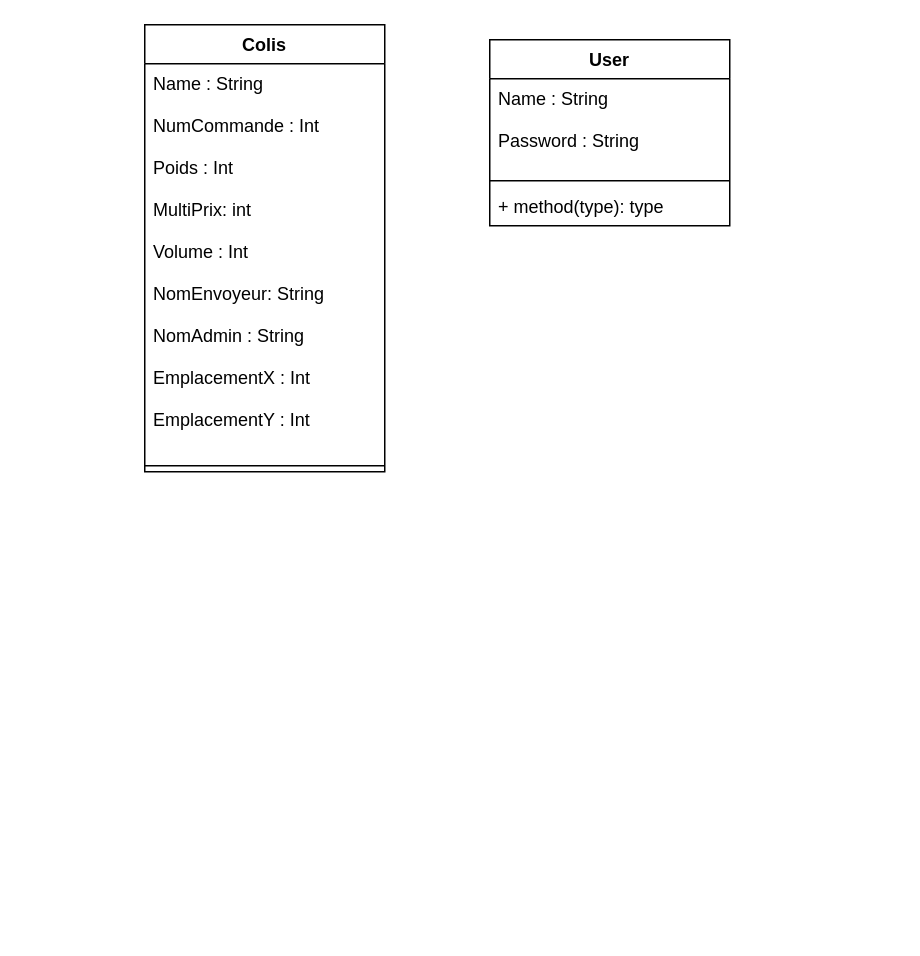
The draw.io diagram Untitled Diagram.drawio.xml in Gyom03/Hackathon, before the edit. Source tidied: cells renumbered, new cells numbered last; positions are measured from the earlier drawing's top-left corner, leaving out a move shared by most shapes. Both pictures are drawn from the tidied source at 150%, with x=0, y=0 at pixel (144, 24).
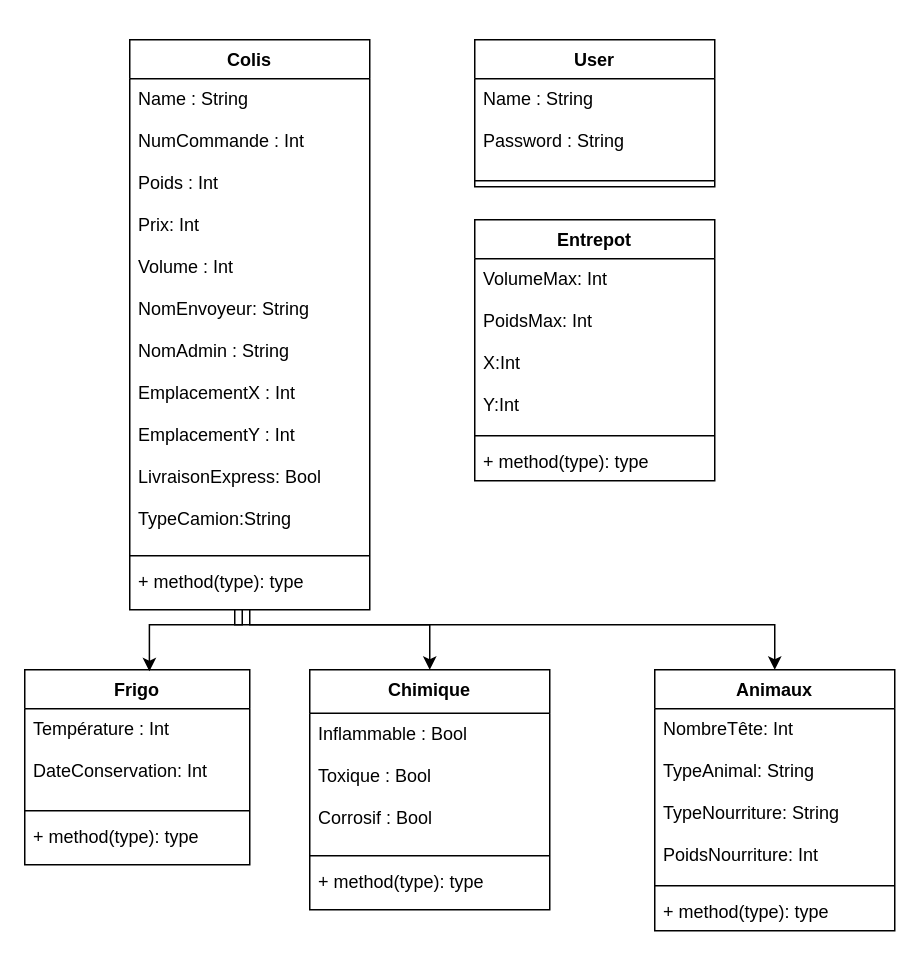
The same page after the edit.

Diff of the diagram source:
```diff
@@
-    <mxCell id="2" value="Colis" style="swimlane;fontStyle=1;align=center;verticalAlign=top;horizontal=1;startSize=26;" parent="1" vertex="1">
-      <mxGeometry width="160" height="298" as="geometry" />
-    </mxCell>
-    <mxCell id="3" value="Name : String&#10;&#10;NumCommande : Int&#10;&#10;Poids : Int&#10;&#10;MultiPrix: int&#10;&#10;Volume : Int&#10;&#10;NomEnvoyeur: String&#10;&#10;NomAdmin : String&#10;&#10;EmplacementX : Int&#10;&#10;EmplacementY : Int" style="text;strokeColor=none;fillColor=none;align=left;verticalAlign=top;spacingLeft=4;spacingRight=4;overflow=hidden;" parent="2" vertex="1">
-      <mxGeometry y="26" width="160" height="264" as="geometry" />
-    </mxCell>
-    <mxCell id="4" style="line;strokeWidth=1;fillColor=none;align=left;verticalAlign=middle;spacingTop=-1;spacingLeft=3;spacingRight=3;labelPosition=right;" parent="2" vertex="1">
-      <mxGeometry y="290" width="160" height="8" as="geometry" />
-    </mxCell>
     <mxCell id="5" value="User" style="swimlane;fontStyle=1;align=center;verticalAlign=top;horizontal=1;startSize=26;" parent="1" vertex="1">
-      <mxGeometry x="230" y="10" width="160" height="124" as="geometry" />
+      <mxGeometry x="220" y="10" width="160" height="98" as="geometry" />
     </mxCell>
@@
-    <mxCell id="8" value="+ method(type): type" style="text;strokeColor=none;fillColor=none;align=left;verticalAlign=top;spacingLeft=4;spacingRight=4;overflow=hidden;" parent="5" vertex="1">
-      <mxGeometry y="98" width="160" height="26" as="geometry" />
-    </mxCell>
+    <mxCell id="9" value="Frigo" style="swimlane;fontStyle=1;align=center;verticalAlign=top;horizontal=1;startSize=26;" parent="1" vertex="1">
+      <mxGeometry x="-80" y="430" width="150" height="130" as="geometry" />
+    </mxCell>
+    <mxCell id="10" value="Température : Int&#10;&#10;DateConservation: Int" style="text;strokeColor=none;fillColor=none;align=left;verticalAlign=top;spacingLeft=4;spacingRight=4;overflow=hidden;" parent="9" vertex="1">
+      <mxGeometry y="26" width="150" height="64" as="geometry" />
+    </mxCell>
+    <mxCell id="11" style="line;strokeWidth=1;fillColor=none;align=left;verticalAlign=middle;spacingTop=-1;spacingLeft=3;spacingRight=3;labelPosition=right;" parent="9" vertex="1">
+      <mxGeometry y="90" width="150" height="8" as="geometry" />
+    </mxCell>
+    <mxCell id="12" value="+ method(type): type" style="text;strokeColor=none;fillColor=none;align=left;verticalAlign=top;spacingLeft=4;spacingRight=4;overflow=hidden;" parent="9" vertex="1">
+      <mxGeometry y="98" width="150" height="32" as="geometry" />
+    </mxCell>
+    <mxCell id="13" value="Chimique" style="swimlane;fontStyle=1;align=center;verticalAlign=top;horizontal=1;startSize=29;" parent="1" vertex="1">
+      <mxGeometry x="110" y="430" width="160" height="160" as="geometry" />
+    </mxCell>
+    <mxCell id="14" value="Inflammable : Bool&#10;&#10;Toxique : Bool&#10;&#10;Corrosif : Bool&#10;" style="text;strokeColor=none;fillColor=none;align=left;verticalAlign=top;spacingLeft=4;spacingRight=4;overflow=hidden;" parent="13" vertex="1">
+      <mxGeometry y="29" width="160" height="91" as="geometry" />
+    </mxCell>
+    <mxCell id="15" style="line;strokeWidth=1;fillColor=none;align=left;verticalAlign=middle;spacingTop=-1;spacingLeft=3;spacingRight=3;labelPosition=right;" parent="13" vertex="1">
+      <mxGeometry y="120" width="160" height="8" as="geometry" />
+    </mxCell>
+    <mxCell id="16" value="+ method(type): type" style="text;strokeColor=none;fillColor=none;align=left;verticalAlign=top;spacingLeft=4;spacingRight=4;overflow=hidden;" parent="13" vertex="1">
+      <mxGeometry y="128" width="160" height="32" as="geometry" />
+    </mxCell>
+    <mxCell id="17" style="edgeStyle=orthogonalEdgeStyle;rounded=0;jettySize=auto;html=1;entryX=0.554;entryY=0.008;entryDx=0;entryDy=0;entryPerimeter=0;" parent="1" edge="1" source="2" target="9">
+      <mxGeometry relative="1" as="geometry">
+        <Array as="points">
+          <mxPoint x="65" y="400" />
+          <mxPoint x="3" y="400" />
+        </Array>
+      </mxGeometry>
+    </mxCell>
+    <mxCell id="18" style="edgeStyle=orthogonalEdgeStyle;rounded=0;jettySize=auto;html=1;" parent="1" edge="1" source="2" target="23">
+      <mxGeometry relative="1" as="geometry">
+        <Array as="points">
+          <mxPoint x="70" y="400" />
+          <mxPoint x="420" y="400" />
+        </Array>
+      </mxGeometry>
+    </mxCell>
+    <mxCell id="2" value="Colis" style="swimlane;fontStyle=1;align=center;verticalAlign=top;horizontal=1;startSize=26;" parent="1" vertex="1">
+      <mxGeometry x="-10" y="10" width="160" height="380" as="geometry" />
+    </mxCell>
+    <mxCell id="19" value="Name : String&#10;&#10;NumCommande : Int&#10;&#10;Poids : Int&#10;&#10;Prix: Int&#10;&#10;Volume : Int&#10;&#10;NomEnvoyeur: String&#10;&#10;NomAdmin : String&#10;&#10;EmplacementX : Int&#10;&#10;EmplacementY : Int&#10;&#10;LivraisonExpress: Bool&#10;&#10;TypeCamion:String" style="text;strokeColor=none;fillColor=none;align=left;verticalAlign=top;spacingLeft=4;spacingRight=4;overflow=hidden;" parent="2" vertex="1">
+      <mxGeometry y="26" width="160" height="314" as="geometry" />
+    </mxCell>
+    <mxCell id="20" style="line;strokeWidth=1;fillColor=none;align=left;verticalAlign=middle;spacingTop=-1;spacingLeft=3;spacingRight=3;labelPosition=right;" parent="2" vertex="1">
+      <mxGeometry y="340" width="160" height="8" as="geometry" />
+    </mxCell>
+    <mxCell id="21" value="+ method(type): type" style="text;strokeColor=none;fillColor=none;align=left;verticalAlign=top;spacingLeft=4;spacingRight=4;overflow=hidden;points=[[0,0.5],[1,0.5]];portConstraint=eastwest;" parent="2" vertex="1">
+      <mxGeometry y="348" width="160" height="32" as="geometry" />
+    </mxCell>
+    <mxCell id="22" style="edgeStyle=orthogonalEdgeStyle;rounded=0;jettySize=auto;html=1;entryX=0.5;entryY=0;entryDx=0;entryDy=0;" parent="1" edge="1" source="21" target="13">
+      <mxGeometry relative="1" as="geometry">
+        <Array as="points">
+          <mxPoint x="60" y="400" />
+          <mxPoint x="190" y="400" />
+        </Array>
+      </mxGeometry>
+    </mxCell>
+    <mxCell id="23" value="Animaux" style="swimlane;fontStyle=1;align=center;verticalAlign=top;horizontal=1;startSize=26;" parent="1" vertex="1">
+      <mxGeometry x="340" y="430" width="160" height="174" as="geometry" />
+    </mxCell>
+    <mxCell id="24" value="NombreTête: Int&#10;&#10;TypeAnimal: String&#10;&#10;TypeNourriture: String&#10;&#10;PoidsNourriture: Int" style="text;strokeColor=none;fillColor=none;align=left;verticalAlign=top;spacingLeft=4;spacingRight=4;overflow=hidden;" parent="23" vertex="1">
+      <mxGeometry y="26" width="160" height="114" as="geometry" />
+    </mxCell>
+    <mxCell id="25" style="line;strokeWidth=1;fillColor=none;align=left;verticalAlign=middle;spacingTop=-1;spacingLeft=3;spacingRight=3;labelPosition=right;" parent="23" vertex="1">
+      <mxGeometry y="140" width="160" height="8" as="geometry" />
+    </mxCell>
+    <mxCell id="26" value="+ method(type): type" style="text;strokeColor=none;fillColor=none;align=left;verticalAlign=top;spacingLeft=4;spacingRight=4;overflow=hidden;" parent="23" vertex="1">
+      <mxGeometry y="148" width="160" height="26" as="geometry" />
+    </mxCell>
+    <mxCell id="27" value="Entrepot" style="swimlane;fontStyle=1;align=center;verticalAlign=top;horizontal=1;startSize=26;" parent="1" vertex="1">
+      <mxGeometry x="220" y="130" width="160" height="174" as="geometry" />
+    </mxCell>
+    <mxCell id="28" value="VolumeMax: Int&#10;&#10;PoidsMax: Int&#10;&#10;X:Int&#10;&#10;Y:Int" style="text;strokeColor=none;fillColor=none;align=left;verticalAlign=top;spacingLeft=4;spacingRight=4;overflow=hidden;" parent="27" vertex="1">
+      <mxGeometry y="26" width="160" height="114" as="geometry" />
+    </mxCell>
+    <mxCell id="29" style="line;strokeWidth=1;fillColor=none;align=left;verticalAlign=middle;spacingTop=-1;spacingLeft=3;spacingRight=3;labelPosition=right;" parent="27" vertex="1">
+      <mxGeometry y="140" width="160" height="8" as="geometry" />
+    </mxCell>
+    <mxCell id="30" value="+ method(type): type" style="text;strokeColor=none;fillColor=none;align=left;verticalAlign=top;spacingLeft=4;spacingRight=4;overflow=hidden;" parent="27" vertex="1">
+      <mxGeometry y="148" width="160" height="26" as="geometry" />
+    </mxCell>
```
